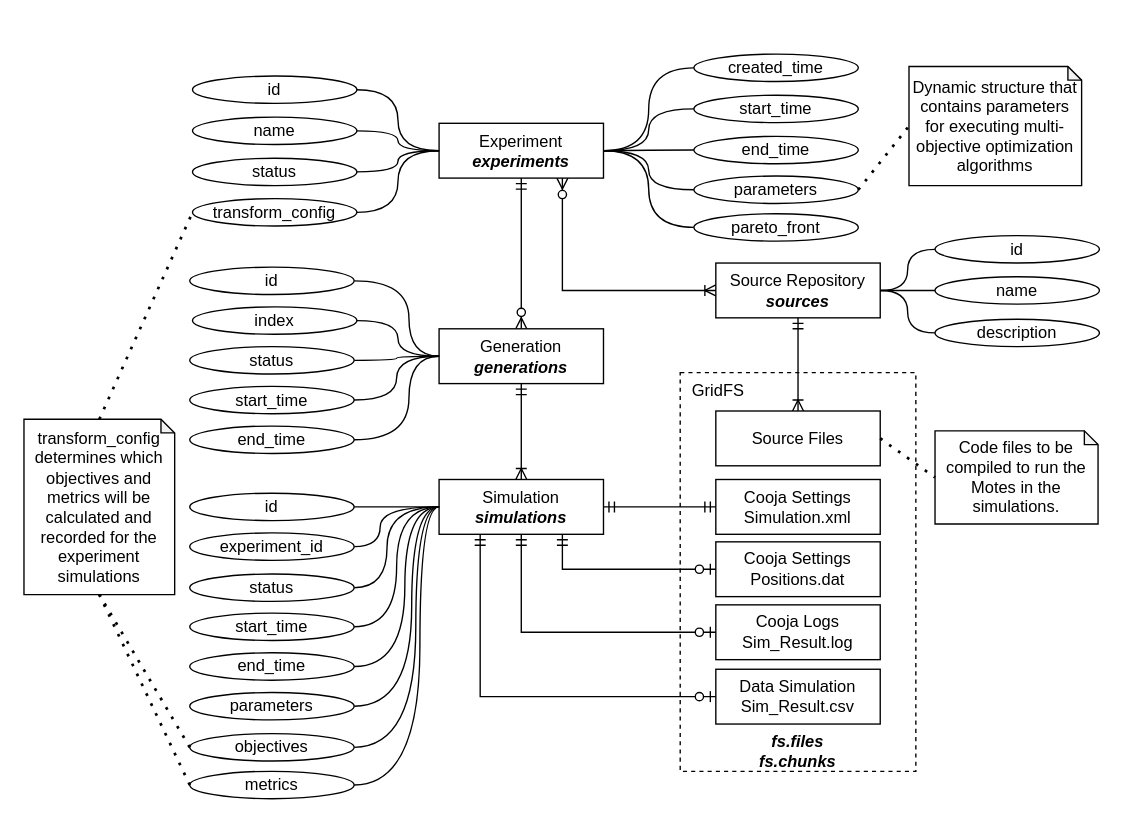
Above: page "ER" (2 of 7) of docs/diagrams/diagrams.drawio in JunioCesarFerreira/simlab (draw.io), before the change. Source tidied: cells renumbered, new cells numbered last; positions are measured from the earlier drawing's top-left corner, leaving out a move shared by most shapes. Both pictures are drawn from the tidied source at 137%, with x=0, y=0 at pixel (23, 53).
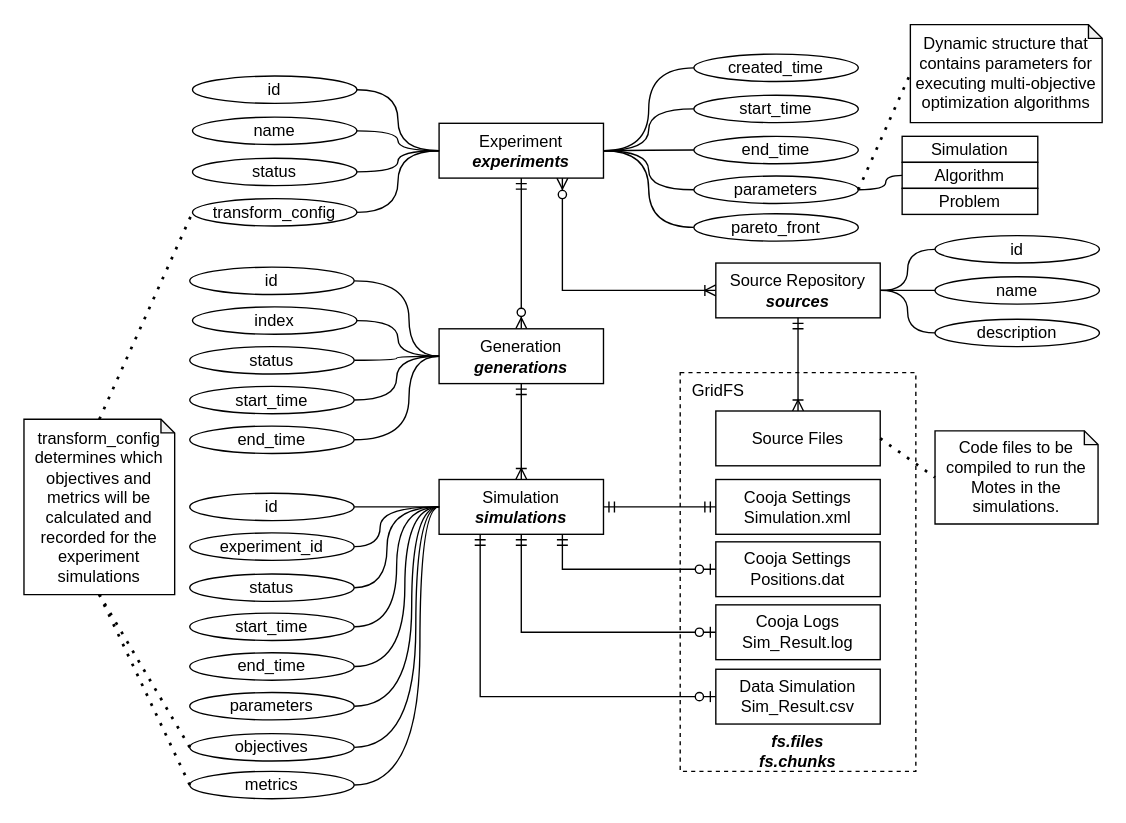
After the change.

Commit message (it also covers changes not shown here):
review: Adjust the experiment data by dividing the parameters into algorithm, problem, and simulation.

The change refers to these unchanged cells:
```xml
<mxCell id="65" value="parameters" style="ellipse;whiteSpace=wrap;html=1;" parent="1" vertex="1">
  <mxGeometry x="489" y="89" width="120" height="20" as="geometry" />
</mxCell>
```

What changed in the source:
```diff
@@
+    <mxCell id="80" style="edgeStyle=orthogonalEdgeStyle;rounded=0;jettySize=auto;html=1;exitX=1;exitY=0.5;exitDx=0;exitDy=0;curved=1;endArrow=none;endFill=0;" parent="1" edge="1" source="65" target="82">
+      <mxGeometry relative="1" as="geometry" />
+    </mxCell>
@@
     <mxCell id="78" value="Dynamic structure that contains parameters for executing multi-objective optimization algorithms" style="shape=note;whiteSpace=wrap;html=1;backgroundOutline=1;darkOpacity=0.05;size=10;" parent="1" vertex="1">
-      <mxGeometry x="646" y="9" width="126" height="87" as="geometry" />
+      <mxGeometry x="647" y="-21.5" width="140" height="71.5" as="geometry" />
     </mxCell>
@@
+    <mxCell id="81" value="Simulation" style="rounded=0;whiteSpace=wrap;html=1;" parent="1" vertex="1">
+      <mxGeometry x="641" y="60" width="99" height="19" as="geometry" />
+    </mxCell>
+    <mxCell id="82" value="Algorithm" style="rounded=0;whiteSpace=wrap;html=1;" parent="1" vertex="1">
+      <mxGeometry x="641" y="79" width="99" height="19" as="geometry" />
+    </mxCell>
+    <mxCell id="83" value="Problem" style="rounded=0;whiteSpace=wrap;html=1;" parent="1" vertex="1">
+      <mxGeometry x="641" y="98" width="99" height="19" as="geometry" />
+    </mxCell>
```
